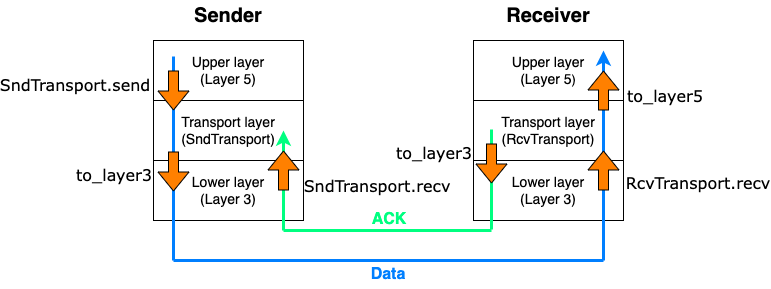
utcs356/sp25 keeps this draw.io diagram as assets/img/assignments/assignment4/A4_overview.png. Above is the earlier version. Source tidied: cells renumbered, new cells last; positions are measured from the earlier drawing's top-left corner, leaving out a move shared by most shapes.
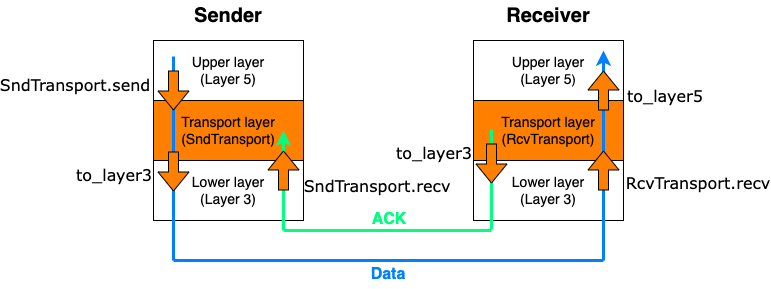
The same diagram one commit later.

The edit, as a diff of the source:
```diff
@@ -8,7 +8,7 @@
     <mxCell id="3" value="&lt;font style=&quot;font-size: 20px;&quot;&gt;&lt;b&gt;Sender&lt;/b&gt;&lt;/font&gt;" style="text;html=1;align=center;verticalAlign=middle;whiteSpace=wrap;rounded=0;" parent="1" vertex="1">
       <mxGeometry x="153" width="60" height="30" as="geometry" />
     </mxCell>
-    <mxCell id="4" value="&lt;font style=&quot;font-size: 14px;&quot;&gt;Transport layer&lt;/font&gt;&lt;div style=&quot;font-size: 14px;&quot;&gt;&lt;font style=&quot;font-size: 14px;&quot;&gt;(SndTransport)&lt;/font&gt;&lt;/div&gt;" style="rounded=0;whiteSpace=wrap;html=1;" parent="1" vertex="1">
+    <mxCell id="4" value="&lt;font style=&quot;font-size: 14px;&quot;&gt;Transport layer&lt;/font&gt;&lt;div style=&quot;font-size: 14px;&quot;&gt;&lt;font style=&quot;font-size: 14px;&quot;&gt;(SndTransport)&lt;/font&gt;&lt;/div&gt;" style="rounded=0;whiteSpace=wrap;html=1;fillColor=#FF8000;" parent="1" vertex="1">
       <mxGeometry x="108" y="100" width="150" height="60" as="geometry" />
     </mxCell>
     <mxCell id="5" value="&lt;div style=&quot;font-size: 14px;&quot;&gt;&lt;font style=&quot;font-size: 14px;&quot;&gt;Lower layer&lt;/font&gt;&lt;/div&gt;&lt;div style=&quot;font-size: 14px;&quot;&gt;&lt;font style=&quot;font-size: 14px;&quot;&gt;(Layer 3)&lt;/font&gt;&lt;/div&gt;" style="rounded=0;whiteSpace=wrap;html=1;" parent="1" vertex="1">
@@ -20,7 +20,7 @@
     <mxCell id="7" value="&lt;span style=&quot;font-size: 20px;&quot;&gt;&lt;b&gt;Receiver&lt;/b&gt;&lt;/span&gt;" style="text;html=1;align=center;verticalAlign=middle;whiteSpace=wrap;rounded=0;" parent="1" vertex="1">
       <mxGeometry x="473" width="60" height="30" as="geometry" />
     </mxCell>
-    <mxCell id="8" value="Transport layer&lt;div style=&quot;font-size: 14px;&quot;&gt;(RcvTransport)&lt;/div&gt;" style="rounded=0;whiteSpace=wrap;html=1;fontSize=14;" parent="1" vertex="1">
+    <mxCell id="8" value="Transport layer&lt;div style=&quot;font-size: 14px;&quot;&gt;(RcvTransport)&lt;/div&gt;" style="rounded=0;whiteSpace=wrap;html=1;fontSize=14;fillColor=#FF8000;" parent="1" vertex="1">
       <mxGeometry x="428" y="100" width="150" height="60" as="geometry" />
     </mxCell>
     <mxCell id="9" value="&lt;div style=&quot;font-size: 14px;&quot;&gt;Lower layer&lt;/div&gt;&lt;div style=&quot;font-size: 14px;&quot;&gt;(Layer 3)&lt;/div&gt;" style="rounded=0;whiteSpace=wrap;html=1;fontSize=14;" parent="1" vertex="1">
```
